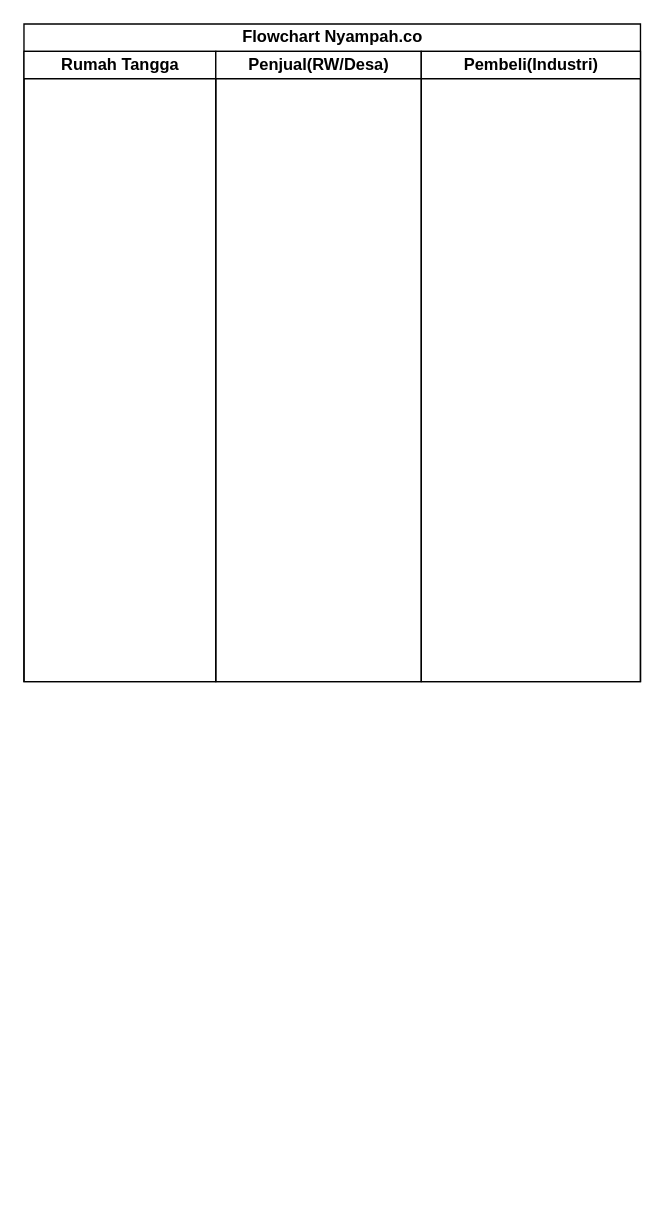
Earlier version of the draw.io diagram Untitled Diagram.drawio (wfksmseaa/wfksmseaa). Source tidied: cells renumbered, new cells numbered last; positions are measured from the earlier drawing's top-left corner, leaving out a move shared by most shapes. Both pictures are drawn from the tidied source at 137%, with x=0, y=0 at pixel (23, 23).
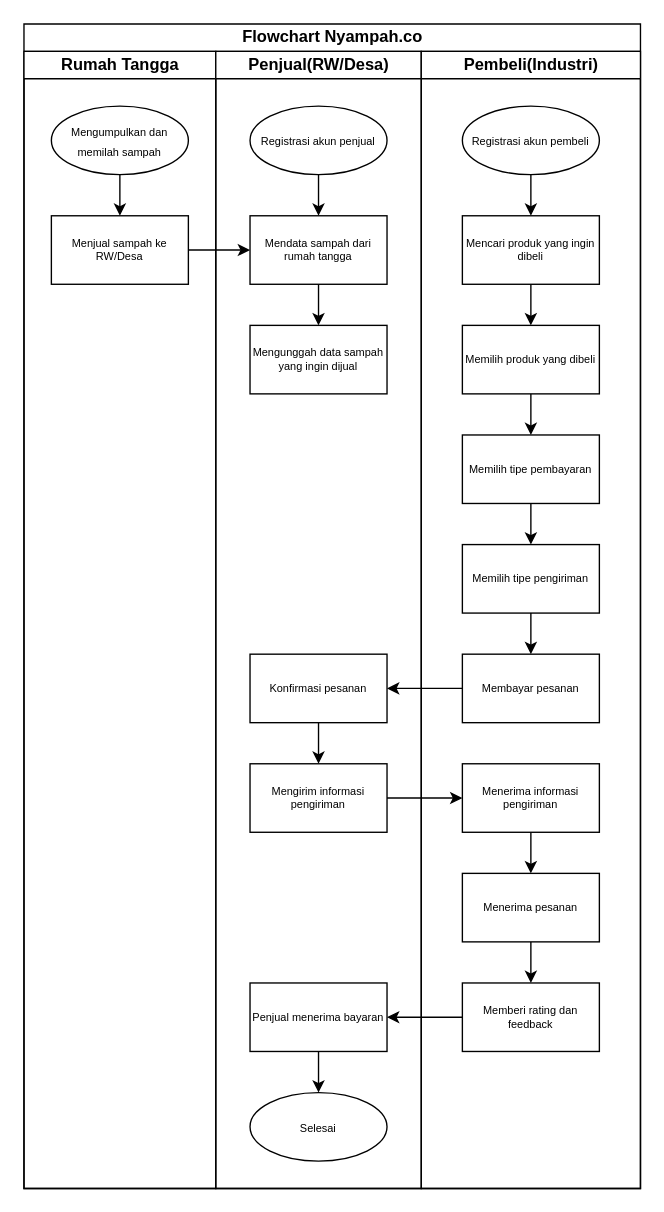
Above is the later version.

Change to the diagram source:
```diff
@@
     <mxCell id="2" value="Flowchart Nyampah.co" style="swimlane;startSize=20;html=1;" parent="1" vertex="1">
-      <mxGeometry width="450" height="480" as="geometry" />
+      <mxGeometry width="450" height="850" as="geometry" />
     </mxCell>
     <mxCell id="3" value="Rumah Tangga" style="swimlane;startSize=20;html=1;" parent="2" vertex="1">
-      <mxGeometry y="20" width="140" height="460" as="geometry" />
+      <mxGeometry y="20" width="140" height="830" as="geometry" />
     </mxCell>
+    <mxCell id="6" style="edgeStyle=orthogonalEdgeStyle;rounded=0;jettySize=auto;html=1;fontSize=8;" parent="3" edge="1" source="7" target="8">
+      <mxGeometry relative="1" as="geometry" />
+    </mxCell>
+    <mxCell id="7" value="&lt;font style=&quot;font-size: 8px;&quot;&gt;Mengumpulkan dan memilah sampah&lt;/font&gt;" style="ellipse;whiteSpace=wrap;html=1;" parent="3" vertex="1">
+      <mxGeometry x="20" y="40" width="100" height="50" as="geometry" />
+    </mxCell>
+    <mxCell id="8" value="Menjual sampah ke RW/Desa" style="rounded=0;whiteSpace=wrap;html=1;fontSize=8;" parent="3" vertex="1">
+      <mxGeometry x="20" y="120" width="100" height="50" as="geometry" />
+    </mxCell>
     <mxCell id="4" value="Penjual(RW/Desa)" style="swimlane;startSize=20;html=1;" parent="2" vertex="1">
-      <mxGeometry x="140" y="20" width="150" height="460" as="geometry" />
+      <mxGeometry x="140" y="20" width="150" height="830" as="geometry" />
     </mxCell>
+    <mxCell id="9" style="edgeStyle=orthogonalEdgeStyle;rounded=0;jettySize=auto;html=1;fontSize=8;" parent="4" edge="1" source="10" target="12">
+      <mxGeometry relative="1" as="geometry" />
+    </mxCell>
+    <mxCell id="10" value="&lt;span style=&quot;font-size: 8px;&quot;&gt;Registrasi akun penjual&lt;/span&gt;" style="ellipse;whiteSpace=wrap;html=1;" parent="4" vertex="1">
+      <mxGeometry x="25" y="40" width="100" height="50" as="geometry" />
+    </mxCell>
+    <mxCell id="11" style="edgeStyle=orthogonalEdgeStyle;rounded=0;jettySize=auto;html=1;fontSize=8;" parent="4" edge="1" source="12" target="13">
+      <mxGeometry relative="1" as="geometry" />
+    </mxCell>
+    <mxCell id="12" value="Mendata sampah dari rumah tangga" style="rounded=0;whiteSpace=wrap;html=1;fontSize=8;" parent="4" vertex="1">
+      <mxGeometry x="25" y="120" width="100" height="50" as="geometry" />
+    </mxCell>
+    <mxCell id="13" value="Mengunggah data sampah yang ingin dijual" style="rounded=0;whiteSpace=wrap;html=1;fontSize=8;" parent="4" vertex="1">
+      <mxGeometry x="25" y="200" width="100" height="50" as="geometry" />
+    </mxCell>
+    <mxCell id="14" style="edgeStyle=orthogonalEdgeStyle;rounded=0;jettySize=auto;html=1;fontSize=8;" parent="4" edge="1" source="15" target="16">
+      <mxGeometry relative="1" as="geometry" />
+    </mxCell>
+    <mxCell id="15" value="Konfirmasi pesanan" style="rounded=0;whiteSpace=wrap;html=1;fontSize=8;" parent="4" vertex="1">
+      <mxGeometry x="25" y="440" width="100" height="50" as="geometry" />
+    </mxCell>
+    <mxCell id="16" value="Mengirim informasi pengiriman" style="rounded=0;whiteSpace=wrap;html=1;fontSize=8;" parent="4" vertex="1">
+      <mxGeometry x="25" y="520" width="100" height="50" as="geometry" />
+    </mxCell>
+    <mxCell id="17" style="edgeStyle=orthogonalEdgeStyle;rounded=0;jettySize=auto;html=1;fontSize=8;" parent="4" edge="1" source="18" target="19">
+      <mxGeometry relative="1" as="geometry" />
+    </mxCell>
+    <mxCell id="18" value="Penjual menerima bayaran" style="rounded=0;whiteSpace=wrap;html=1;fontSize=8;" parent="4" vertex="1">
+      <mxGeometry x="25" y="680" width="100" height="50" as="geometry" />
+    </mxCell>
+    <mxCell id="19" value="&lt;span style=&quot;font-size: 8px;&quot;&gt;Selesai&lt;/span&gt;" style="ellipse;whiteSpace=wrap;html=1;" parent="4" vertex="1">
+      <mxGeometry x="25" y="760" width="100" height="50" as="geometry" />
+    </mxCell>
     <mxCell id="5" value="Pembeli(Industri)" style="swimlane;startSize=20;html=1;" parent="2" vertex="1">
-      <mxGeometry x="290" y="20" width="160" height="460" as="geometry" />
+      <mxGeometry x="290" y="20" width="160" height="830" as="geometry" />
     </mxCell>
+    <mxCell id="20" style="edgeStyle=orthogonalEdgeStyle;rounded=0;jettySize=auto;html=1;fontSize=8;" parent="5" edge="1" source="21" target="23">
+      <mxGeometry relative="1" as="geometry" />
+    </mxCell>
+    <mxCell id="21" value="&lt;span style=&quot;font-size: 8px;&quot;&gt;Registrasi akun pembeli&lt;/span&gt;" style="ellipse;whiteSpace=wrap;html=1;" parent="5" vertex="1">
+      <mxGeometry x="30" y="40" width="100" height="50" as="geometry" />
+    </mxCell>
+    <mxCell id="22" style="edgeStyle=orthogonalEdgeStyle;rounded=0;jettySize=auto;html=1;fontSize=8;" parent="5" edge="1" source="23" target="25">
+      <mxGeometry relative="1" as="geometry" />
+    </mxCell>
+    <mxCell id="23" value="Mencari produk yang ingin dibeli" style="rounded=0;whiteSpace=wrap;html=1;fontSize=8;" parent="5" vertex="1">
+      <mxGeometry x="30" y="120" width="100" height="50" as="geometry" />
+    </mxCell>
+    <mxCell id="24" style="edgeStyle=orthogonalEdgeStyle;rounded=0;jettySize=auto;html=1;fontSize=8;" parent="5" edge="1" source="25" target="27">
+      <mxGeometry relative="1" as="geometry" />
+    </mxCell>
+    <mxCell id="25" value="Memilih produk yang dibeli" style="rounded=0;whiteSpace=wrap;html=1;fontSize=8;" parent="5" vertex="1">
+      <mxGeometry x="30" y="200" width="100" height="50" as="geometry" />
+    </mxCell>
+    <mxCell id="26" style="edgeStyle=orthogonalEdgeStyle;rounded=0;jettySize=auto;html=1;fontSize=8;" parent="5" edge="1" source="27" target="28">
+      <mxGeometry relative="1" as="geometry" />
+    </mxCell>
+    <mxCell id="27" value="Memilih tipe pembayaran" style="rounded=0;whiteSpace=wrap;html=1;fontSize=8;" parent="5" vertex="1">
+      <mxGeometry x="30" y="280" width="100" height="50" as="geometry" />
+    </mxCell>
+    <mxCell id="28" value="Memilih tipe pengiriman" style="rounded=0;whiteSpace=wrap;html=1;fontSize=8;" parent="5" vertex="1">
+      <mxGeometry x="30" y="360" width="100" height="50" as="geometry" />
+    </mxCell>
+    <mxCell id="29" value="Membayar pesanan" style="rounded=0;whiteSpace=wrap;html=1;fontSize=8;" parent="5" vertex="1">
+      <mxGeometry x="30" y="440" width="100" height="50" as="geometry" />
+    </mxCell>
+    <mxCell id="30" style="edgeStyle=orthogonalEdgeStyle;rounded=0;jettySize=auto;html=1;fontSize=8;" parent="5" edge="1" source="28" target="29">
+      <mxGeometry relative="1" as="geometry" />
+    </mxCell>
+    <mxCell id="31" style="edgeStyle=orthogonalEdgeStyle;rounded=0;jettySize=auto;html=1;fontSize=8;" parent="5" edge="1" source="32" target="34">
+      <mxGeometry relative="1" as="geometry" />
+    </mxCell>
+    <mxCell id="32" value="Menerima informasi pengiriman" style="rounded=0;whiteSpace=wrap;html=1;fontSize=8;" parent="5" vertex="1">
+      <mxGeometry x="30" y="520" width="100" height="50" as="geometry" />
+    </mxCell>
+    <mxCell id="33" style="edgeStyle=orthogonalEdgeStyle;rounded=0;jettySize=auto;html=1;fontSize=8;" parent="5" edge="1" source="34" target="35">
+      <mxGeometry relative="1" as="geometry" />
+    </mxCell>
+    <mxCell id="34" value="Menerima pesanan" style="rounded=0;whiteSpace=wrap;html=1;fontSize=8;" parent="5" vertex="1">
+      <mxGeometry x="30" y="600" width="100" height="50" as="geometry" />
+    </mxCell>
+    <mxCell id="35" value="Memberi rating dan feedback" style="rounded=0;whiteSpace=wrap;html=1;fontSize=8;" parent="5" vertex="1">
+      <mxGeometry x="30" y="680" width="100" height="50" as="geometry" />
+    </mxCell>
+    <mxCell id="36" style="edgeStyle=orthogonalEdgeStyle;rounded=0;jettySize=auto;html=1;fontSize=8;" parent="2" edge="1" source="8">
+      <mxGeometry relative="1" as="geometry">
+        <mxPoint x="165" y="165" as="targetPoint" />
+      </mxGeometry>
+    </mxCell>
+    <mxCell id="37" style="edgeStyle=orthogonalEdgeStyle;rounded=0;jettySize=auto;html=1;fontSize=8;" parent="2" edge="1" source="29" target="15">
+      <mxGeometry relative="1" as="geometry" />
+    </mxCell>
+    <mxCell id="38" style="edgeStyle=orthogonalEdgeStyle;rounded=0;jettySize=auto;html=1;fontSize=8;" parent="2" edge="1" source="16" target="32">
+      <mxGeometry relative="1" as="geometry" />
+    </mxCell>
+    <mxCell id="39" style="edgeStyle=orthogonalEdgeStyle;rounded=0;jettySize=auto;html=1;fontSize=8;" parent="2" edge="1" source="35" target="18">
+      <mxGeometry relative="1" as="geometry" />
+    </mxCell>
```
